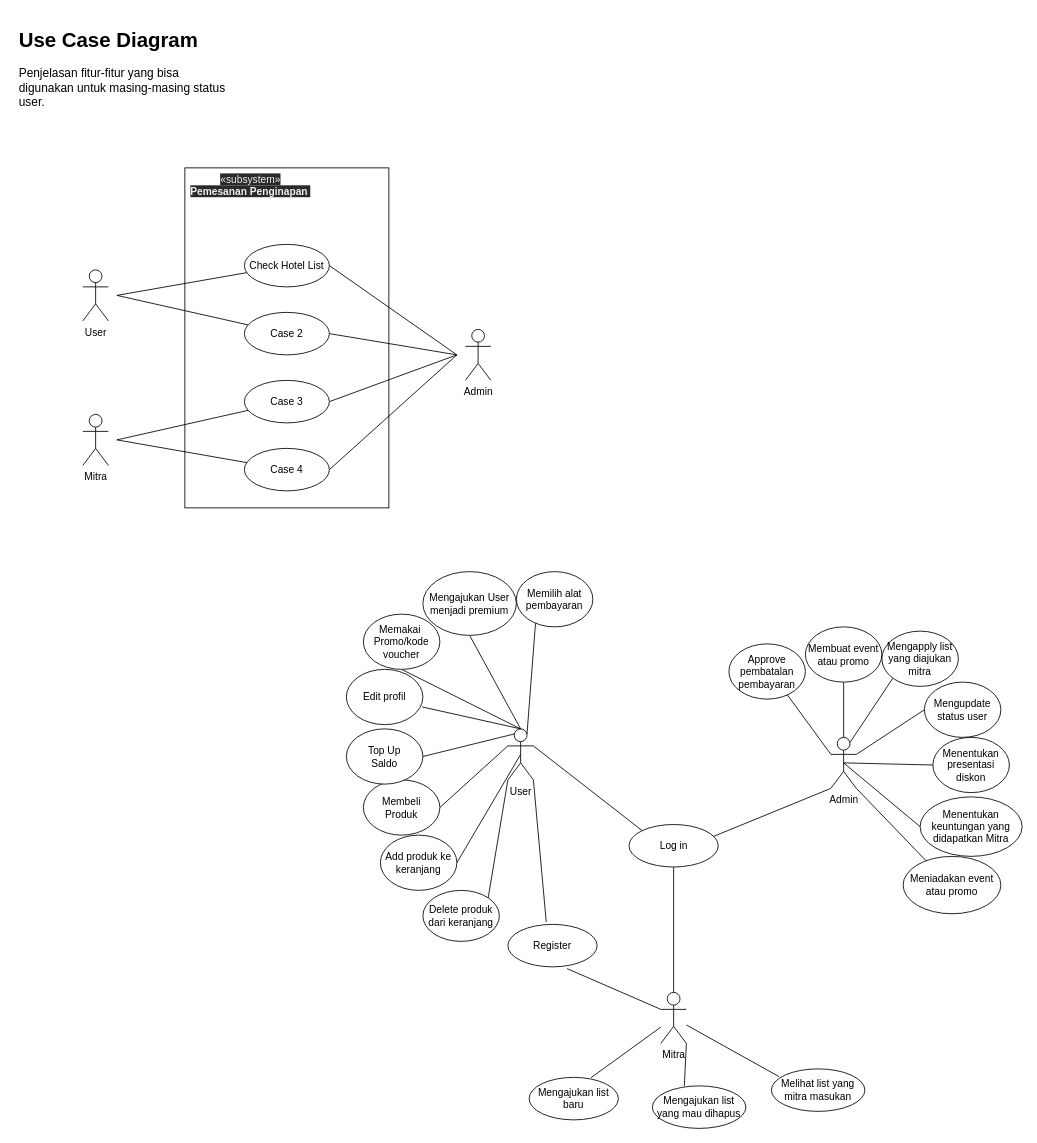
Earlier version of the draw.io diagram src/info/UseCaseDiagram.drawio (Thomassantosa/TubesPBO). Source tidied: cells renumbered, new cells numbered last; positions are measured from the earlier drawing's top-left corner, leaving out a move shared by most shapes. Both pictures are drawn from the tidied source at 85%, with x=0, y=0 at pixel (14, 23).
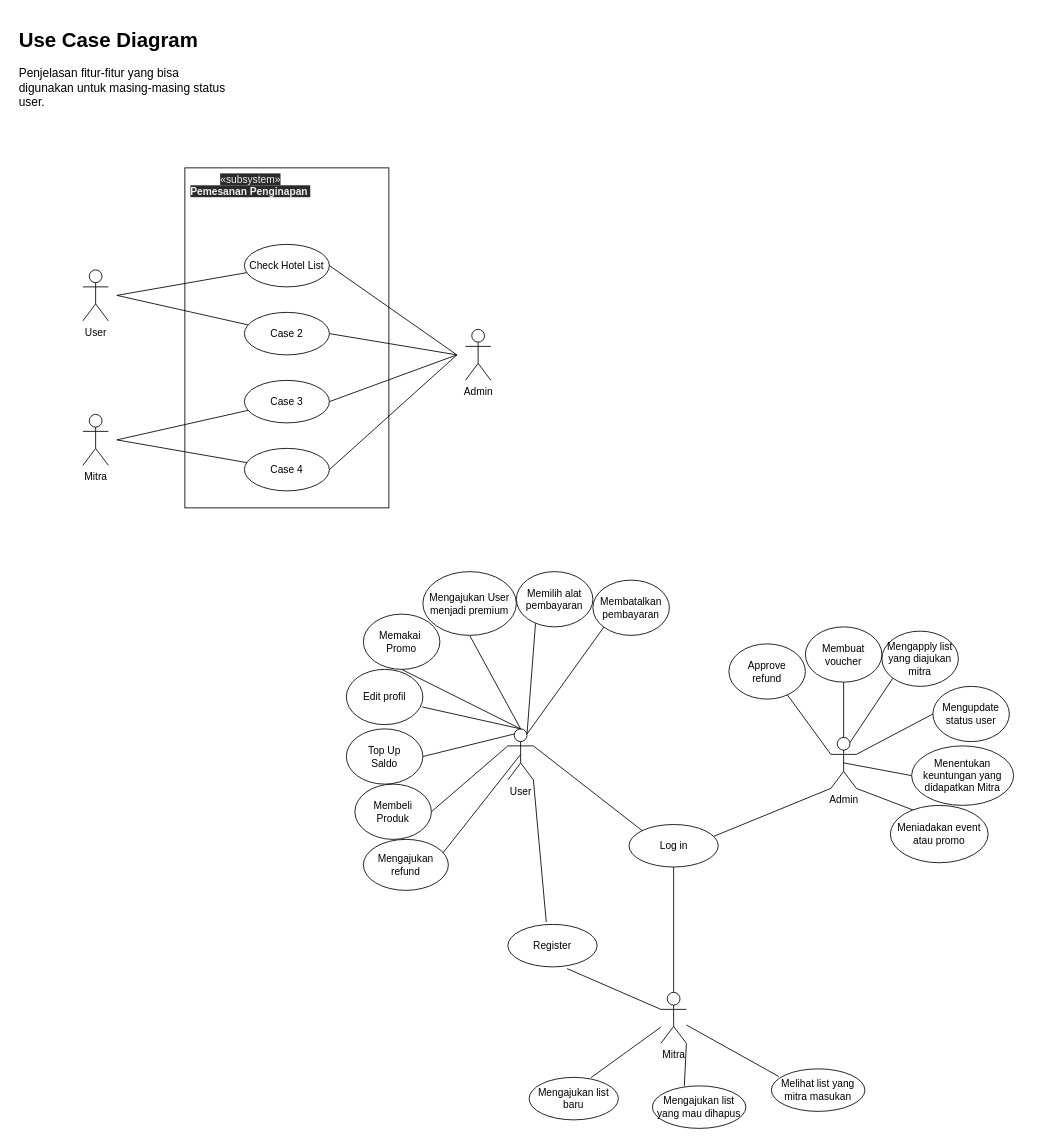
The same page after the edit.

Commit message:
use case diagram

Unchanged cells that the change refers to:
```xml
<mxCell id="19" value="User" style="shape=umlActor;verticalLabelPosition=bottom;verticalAlign=top;html=1;outlineConnect=0;" parent="1" vertex="1">
  <mxGeometry x="580" y="830" width="30" height="60" as="geometry" />
</mxCell>
<mxCell id="24" value="Admin" style="shape=umlActor;verticalLabelPosition=bottom;verticalAlign=top;html=1;outlineConnect=0;" parent="1" vertex="1">
  <mxGeometry x="960" y="840" width="30" height="60" as="geometry" />
</mxCell>
```

What changed in the source:
```diff
@@
-    <mxCell id="20" value="Delete produk dari keranjang" style="ellipse;whiteSpace=wrap;html=1;" parent="1" vertex="1">
-      <mxGeometry x="480" y="1020" width="90" height="60" as="geometry" />
-    </mxCell>
-    <mxCell id="21" style="endArrow=none;html=1;exitX=1;exitY=0;exitDx=0;exitDy=0;entryX=0;entryY=1;entryDx=0;entryDy=0;entryPerimeter=0;" parent="1" edge="1" source="20" target="19">
-      <mxGeometry relative="1" as="geometry" />
-    </mxCell>
-    <mxCell id="22" style="endArrow=none;html=1;exitX=1;exitY=0.5;exitDx=0;exitDy=0;entryX=0.5;entryY=0.5;entryDx=0;entryDy=0;entryPerimeter=0;" parent="1" edge="1" source="23" target="19">
+    <mxCell id="22" style="endArrow=none;html=1;exitX=0.936;exitY=0.267;exitDx=0;exitDy=0;entryX=0.5;entryY=0.5;entryDx=0;entryDy=0;entryPerimeter=0;exitPerimeter=0;" parent="1" edge="1" source="68" target="19">
       <mxGeometry relative="1" as="geometry" />
     </mxCell>
-    <mxCell id="23" value="Add produk ke keranjang" style="ellipse;whiteSpace=wrap;html=1;" parent="1" vertex="1">
-      <mxGeometry x="430" y="955" width="90" height="65" as="geometry" />
-    </mxCell>
@@
     <mxCell id="31" value="Membeli&lt;br&gt;Produk" style="ellipse;whiteSpace=wrap;html=1;" parent="1" vertex="1">
-      <mxGeometry x="410" y="890" width="90" height="65" as="geometry" />
+      <mxGeometry x="400" y="895" width="90" height="65" as="geometry" />
     </mxCell>
@@
-    <mxCell id="37" value="Memakai&amp;nbsp;&lt;br&gt;Promo/kode voucher" style="ellipse;whiteSpace=wrap;html=1;" parent="1" vertex="1">
+    <mxCell id="37" value="Memakai&amp;nbsp;&lt;br&gt;Promo" style="ellipse;whiteSpace=wrap;html=1;" parent="1" vertex="1">
       <mxGeometry x="410" y="695" width="90" height="65" as="geometry" />
     </mxCell>
@@
-    <mxCell id="49" value="Approve&lt;br&gt;pembatalan&lt;br&gt;pembayaran" style="ellipse;whiteSpace=wrap;html=1;" parent="1" vertex="1">
+    <mxCell id="49" value="Approve&lt;br&gt;refund" style="ellipse;whiteSpace=wrap;html=1;" parent="1" vertex="1">
       <mxGeometry x="840" y="730" width="90" height="65" as="geometry" />
     </mxCell>
@@
-    <mxCell id="52" value="Membuat event atau promo" style="ellipse;whiteSpace=wrap;html=1;" parent="1" vertex="1">
+    <mxCell id="52" value="Membuat voucher" style="ellipse;whiteSpace=wrap;html=1;" parent="1" vertex="1">
       <mxGeometry x="930" y="710" width="90" height="65" as="geometry" />
     </mxCell>
@@
     <mxCell id="56" value="Mengupdate status user" style="ellipse;whiteSpace=wrap;html=1;" parent="1" vertex="1">
-      <mxGeometry x="1070" y="775" width="90" height="65" as="geometry" />
+      <mxGeometry x="1080" y="780" width="90" height="65" as="geometry" />
     </mxCell>
-    <mxCell id="57" style="endArrow=none;html=1;entryX=0.5;entryY=0.5;entryDx=0;entryDy=0;entryPerimeter=0;exitX=0;exitY=0.5;exitDx=0;exitDy=0;" parent="1" edge="1" source="58" target="24">
-      <mxGeometry relative="1" as="geometry" />
-    </mxCell>
-    <mxCell id="58" value="Menentukan presentasi diskon" style="ellipse;whiteSpace=wrap;html=1;" parent="1" vertex="1">
-      <mxGeometry x="1080" y="840" width="90" height="65" as="geometry" />
-    </mxCell>
@@
     <mxCell id="60" value="Menentukan keuntungan yang didapatkan Mitra" style="ellipse;whiteSpace=wrap;html=1;" parent="1" vertex="1">
-      <mxGeometry x="1065" y="910" width="120" height="70" as="geometry" />
+      <mxGeometry x="1055" y="850" width="120" height="70" as="geometry" />
     </mxCell>
@@
     <mxCell id="64" value="Meniadakan event atau promo" style="ellipse;whiteSpace=wrap;html=1;" parent="1" vertex="1">
-      <mxGeometry x="1045" y="980" width="115" height="67.5" as="geometry" />
+      <mxGeometry x="1030" y="920" width="115" height="67.5" as="geometry" />
     </mxCell>
@@
+    <mxCell id="66" style="endArrow=none;html=1;entryX=0.75;entryY=0.1;entryDx=0;entryDy=0;entryPerimeter=0;exitX=0;exitY=1;exitDx=0;exitDy=0;" parent="1" edge="1" source="67" target="19">
+      <mxGeometry relative="1" as="geometry" />
+    </mxCell>
+    <mxCell id="67" value="Membatalkan pembayaran" style="ellipse;whiteSpace=wrap;html=1;" parent="1" vertex="1">
+      <mxGeometry x="680" y="655" width="90" height="65" as="geometry" />
+    </mxCell>
+    <mxCell id="68" value="Mengajukan refund" style="ellipse;whiteSpace=wrap;html=1;" parent="1" vertex="1">
+      <mxGeometry x="410" y="960" width="100" height="60" as="geometry" />
+    </mxCell>
```
